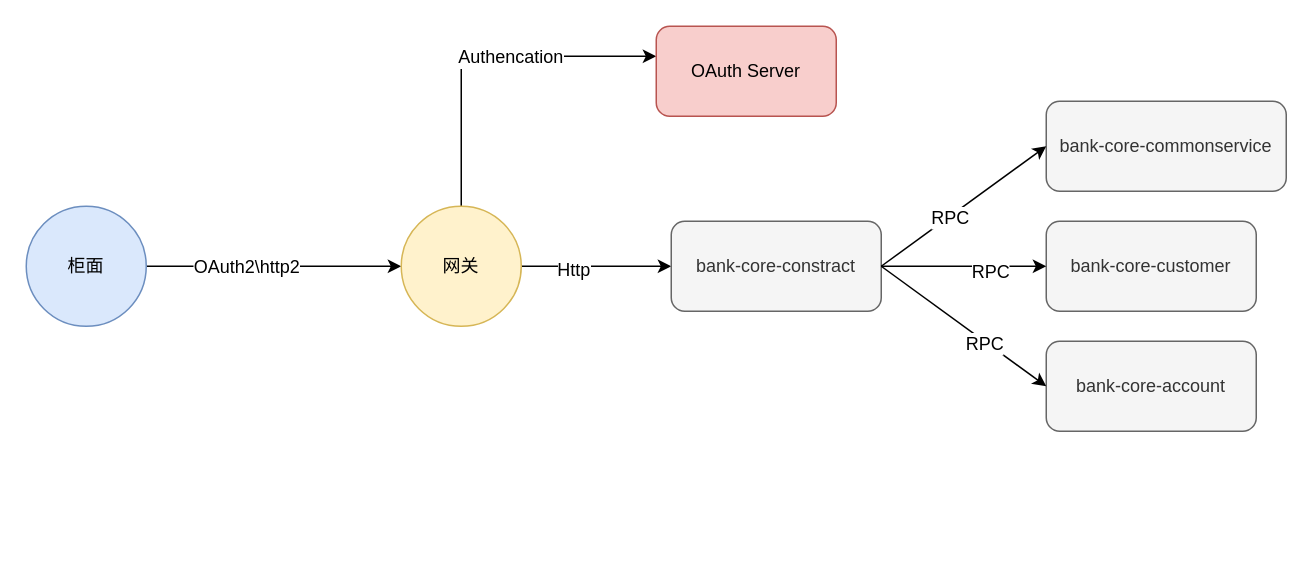
Earlier version of the draw.io diagram page "第 4 页" (4 of 7) of 核心前置系统.drawio (sam1982/draw). Source tidied: cells renumbered, new cells numbered last; positions are measured from the earlier drawing's top-left corner, leaving out a move shared by most shapes. Both pictures are drawn from the tidied source at 150%, with x=0, y=0 at pixel (26, 26).
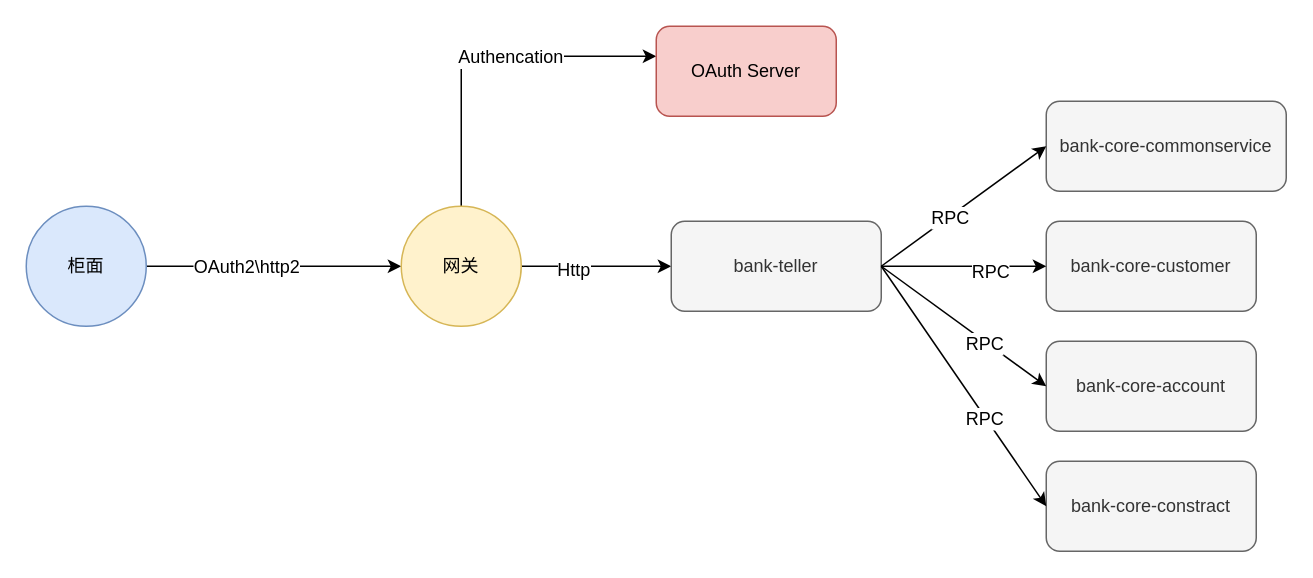
The same diagram, later.

The edit, as a diff of the source:
```diff
@@
-    <mxCell id="11" value="bank-core-constract" style="rounded=1;whiteSpace=wrap;html=1;fillColor=#f5f5f5;strokeColor=#666666;fontColor=#333333;" parent="1" vertex="1">
+    <mxCell id="11" value="bank-teller" style="rounded=1;whiteSpace=wrap;html=1;fillColor=#f5f5f5;strokeColor=#666666;fontColor=#333333;" parent="1" vertex="1">
       <mxGeometry x="430" y="130" width="140" height="60" as="geometry" />
     </mxCell>
@@
+    <mxCell id="21" value="bank-core-constract" style="rounded=1;whiteSpace=wrap;html=1;fillColor=#f5f5f5;strokeColor=#666666;fontColor=#333333;" parent="1" vertex="1">
+      <mxGeometry x="680" y="290" width="140" height="60" as="geometry" />
+    </mxCell>
+    <mxCell id="22" style="endArrow=classic;html=1;entryX=0;entryY=0.5;entryDx=0;entryDy=0;exitX=1;exitY=0.5;exitDx=0;exitDy=0;" parent="1" edge="1" source="11" target="21">
+      <mxGeometry relative="1" as="geometry" />
+    </mxCell>
+    <mxCell id="23" value="RPC" style="text;html=1;align=center;verticalAlign=middle;labelBackgroundColor=#ffffff;" parent="22" vertex="1">
+      <mxGeometry x="0.26" y="-1" relative="1" as="geometry" />
+    </mxCell>
```
